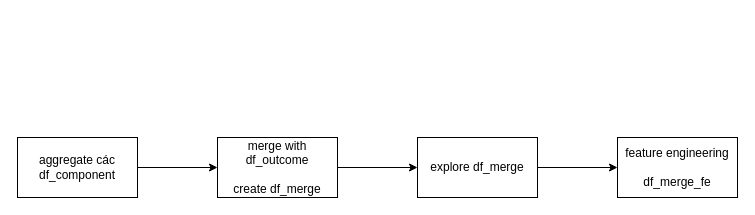
The draw.io diagram Untitled Diagram.drawio in ngonam2403/VEF-ML-2020, before the edit. Source tidied: cells renumbered, new cells numbered last; positions are measured from the earlier drawing's top-left corner, leaving out a move shared by most shapes. Both pictures are drawn from the tidied source at 100%, with x=0, y=0 at pixel (17, 137).
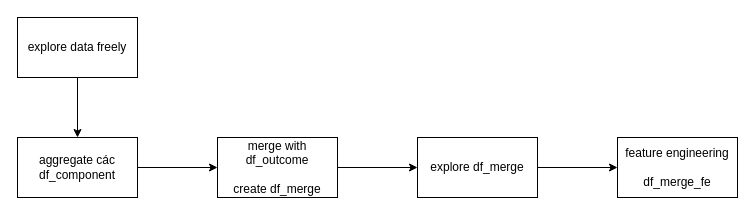
The same diagram, later.

What changed in the source:
```diff
@@
 <mxGraphModel>
   <root>
     <mxCell id="0" />
     <mxCell id="1" parent="0" />
     <mxCell id="2" style="edgeStyle=orthogonalEdgeStyle;rounded=0;jettySize=auto;html=1;exitX=1;exitY=0.5;exitDx=0;exitDy=0;" parent="1" edge="1" source="3" target="5">
       <mxGeometry relative="1" as="geometry" />
     </mxCell>
     <mxCell id="3" value="merge with df_outcome&lt;br&gt;&lt;br&gt;create df_merge" style="rounded=0;whiteSpace=wrap;html=1;" parent="1" vertex="1">
       <mxGeometry x="200" width="120" height="60" as="geometry" />
     </mxCell>
     <mxCell id="4" style="edgeStyle=orthogonalEdgeStyle;rounded=0;jettySize=auto;html=1;exitX=1;exitY=0.5;exitDx=0;exitDy=0;entryX=0;entryY=0.5;entryDx=0;entryDy=0;" parent="1" edge="1" source="5" target="6">
       <mxGeometry relative="1" as="geometry" />
     </mxCell>
     <mxCell id="5" value="explore df_merge" style="rounded=0;whiteSpace=wrap;html=1;" parent="1" vertex="1">
       <mxGeometry x="400" width="120" height="60" as="geometry" />
     </mxCell>
     <mxCell id="6" value="feature engineering&lt;br&gt;&lt;br&gt;df_merge_fe" style="rounded=0;whiteSpace=wrap;html=1;" parent="1" vertex="1">
       <mxGeometry x="600" width="120" height="60" as="geometry" />
     </mxCell>
     <mxCell id="7" style="edgeStyle=orthogonalEdgeStyle;rounded=0;jettySize=auto;html=1;exitX=1;exitY=0.5;exitDx=0;exitDy=0;entryX=0;entryY=0.5;entryDx=0;entryDy=0;" parent="1" edge="1" source="8" target="3">
       <mxGeometry relative="1" as="geometry" />
     </mxCell>
     <mxCell id="8" value="aggregate các df_component" style="rounded=0;whiteSpace=wrap;html=1;" parent="1" vertex="1">
       <mxGeometry width="120" height="60" as="geometry" />
     </mxCell>
+    <mxCell id="9" style="edgeStyle=orthogonalEdgeStyle;rounded=0;jettySize=auto;html=1;exitX=0.5;exitY=1;exitDx=0;exitDy=0;" parent="1" edge="1" source="10" target="8">
+      <mxGeometry relative="1" as="geometry" />
+    </mxCell>
+    <mxCell id="10" value="explore data freely" style="rounded=0;whiteSpace=wrap;html=1;" parent="1" vertex="1">
+      <mxGeometry y="-120" width="120" height="60" as="geometry" />
+    </mxCell>
   </root>
 </mxGraphModel>
```
